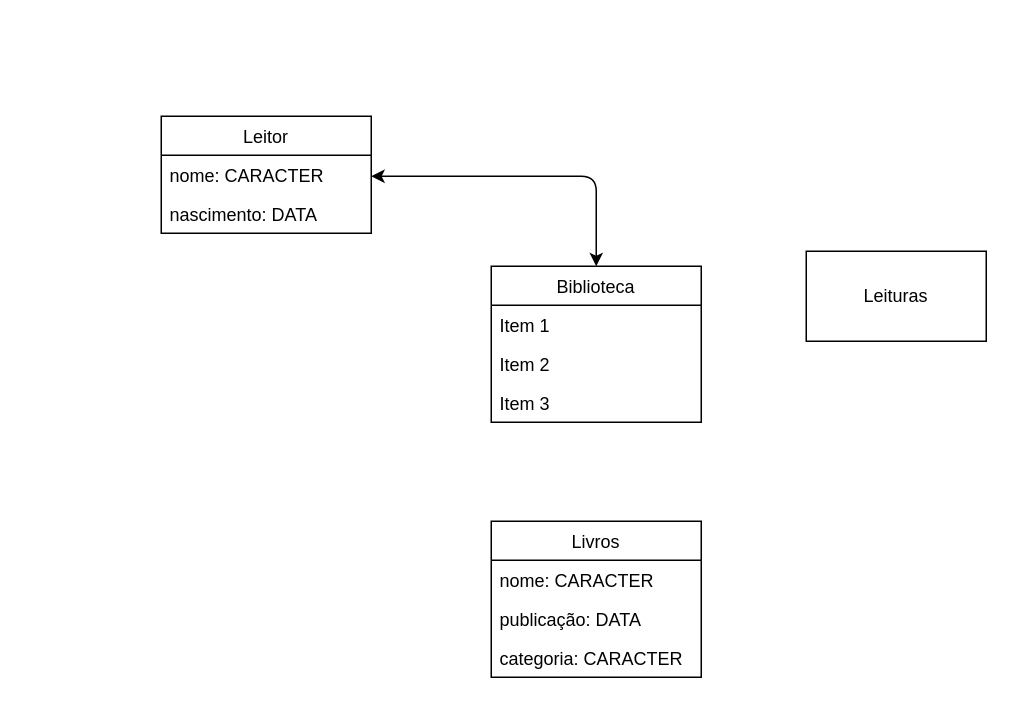
JhonyRS/sis-bd2-main keeps this draw.io diagram as Untitled Diagram.drawio. Above is the earlier version. Source tidied: cells renumbered, new cells numbered last; positions are measured from the earlier drawing's top-left corner, leaving out a move shared by most shapes. Both pictures are drawn from the tidied source at 150%, with x=0, y=0 at pixel (160, 116).
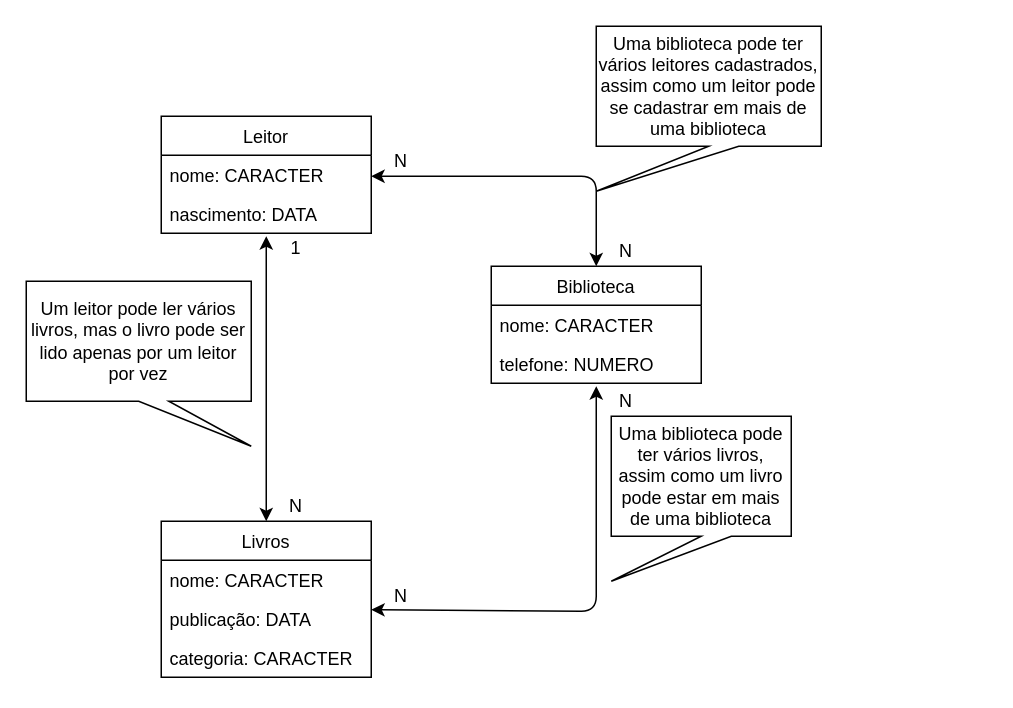
The same page after the edit.

The change refers to these unchanged cells:
```xml
<mxCell id="13" value="publicação: DATA" style="text;strokeColor=none;fillColor=none;align=left;verticalAlign=top;spacingLeft=4;spacingRight=4;overflow=hidden;points=[[0,0.5],[1,0.5]];portConstraint=eastwest;" parent="11" vertex="1">
  <mxGeometry y="52" width="140" height="26" as="geometry" />
</mxCell>
```

What changed in the source:
```diff
@@
-    <mxCell id="2" value="Leituras" style="rounded=0;whiteSpace=wrap;html=1;" parent="1" vertex="1">
-      <mxGeometry x="430" y="90" width="120" height="60" as="geometry" />
-    </mxCell>
@@
     <mxCell id="7" value="Biblioteca" style="swimlane;fontStyle=0;horizontal=1;startSize=26;" parent="1" vertex="1">
-      <mxGeometry x="220" y="100" width="140" height="104" as="geometry" />
+      <mxGeometry x="220" y="100" width="140" height="78" as="geometry" />
     </mxCell>
-    <mxCell id="8" value="Item 1" style="text;strokeColor=none;fillColor=none;align=left;verticalAlign=top;spacingLeft=4;spacingRight=4;overflow=hidden;" parent="7" vertex="1">
+    <mxCell id="8" value="nome: CARACTER" style="text;strokeColor=none;fillColor=none;align=left;verticalAlign=top;spacingLeft=4;spacingRight=4;overflow=hidden;" parent="7" vertex="1">
       <mxGeometry y="26" width="140" height="26" as="geometry" />
     </mxCell>
-    <mxCell id="9" value="Item 2" style="text;strokeColor=none;fillColor=none;align=left;verticalAlign=top;spacingLeft=4;spacingRight=4;overflow=hidden;" parent="7" vertex="1">
+    <mxCell id="9" value="telefone: NUMERO" style="text;strokeColor=none;fillColor=none;align=left;verticalAlign=top;spacingLeft=4;spacingRight=4;overflow=hidden;" parent="7" vertex="1">
       <mxGeometry y="52" width="140" height="26" as="geometry" />
     </mxCell>
-    <mxCell id="10" value="Item 3" style="text;strokeColor=none;fillColor=none;align=left;verticalAlign=top;spacingLeft=4;spacingRight=4;overflow=hidden;" parent="7" vertex="1">
-      <mxGeometry y="78" width="140" height="26" as="geometry" />
-    </mxCell>
     <mxCell id="11" value="Livros" style="swimlane;fontStyle=0;horizontal=1;startSize=26;" parent="1" vertex="1">
-      <mxGeometry x="220" y="270" width="140" height="104" as="geometry" />
+      <mxGeometry y="270" width="140" height="104" as="geometry" />
     </mxCell>
@@
+    <mxCell id="15" style="endArrow=classic;startArrow=classic;html=1;entryX=1;entryY=0.269;entryDx=0;entryDy=0;entryPerimeter=0;" parent="1" edge="1" target="13">
+      <mxGeometry relative="1" as="geometry">
+        <mxPoint x="290" y="180" as="sourcePoint" />
+        <Array as="points">
+          <mxPoint x="290" y="204" />
+          <mxPoint x="290" y="330" />
+        </Array>
+      </mxGeometry>
+    </mxCell>
+    <mxCell id="16" value="N" style="text;html=1;strokeColor=none;fillColor=none;align=center;verticalAlign=middle;whiteSpace=wrap;rounded=0;" parent="1" vertex="1">
+      <mxGeometry x="140" y="20" width="40" height="20" as="geometry" />
+    </mxCell>
+    <mxCell id="17" value="N" style="text;html=1;strokeColor=none;fillColor=none;align=center;verticalAlign=middle;whiteSpace=wrap;rounded=0;" parent="1" vertex="1">
+      <mxGeometry x="290" y="80" width="40" height="20" as="geometry" />
+    </mxCell>
+    <mxCell id="18" value="N" style="text;html=1;strokeColor=none;fillColor=none;align=center;verticalAlign=middle;whiteSpace=wrap;rounded=0;" parent="1" vertex="1">
+      <mxGeometry x="290" y="180" width="40" height="20" as="geometry" />
+    </mxCell>
+    <mxCell id="19" value="N" style="text;html=1;strokeColor=none;fillColor=none;align=center;verticalAlign=middle;whiteSpace=wrap;rounded=0;" parent="1" vertex="1">
+      <mxGeometry x="140" y="310" width="40" height="20" as="geometry" />
+    </mxCell>
+    <mxCell id="20" style="endArrow=classic;startArrow=classic;html=1;entryX=0.5;entryY=0;entryDx=0;entryDy=0;" parent="1" edge="1" target="11">
+      <mxGeometry relative="1" as="geometry">
+        <mxPoint x="70" y="80" as="sourcePoint" />
+        <Array as="points">
+          <mxPoint x="70" y="170" />
+        </Array>
+      </mxGeometry>
+    </mxCell>
+    <mxCell id="21" value="1" style="text;html=1;strokeColor=none;fillColor=none;align=center;verticalAlign=middle;whiteSpace=wrap;rounded=0;" parent="1" vertex="1">
+      <mxGeometry x="70" y="78" width="40" height="20" as="geometry" />
+    </mxCell>
+    <mxCell id="22" value="N" style="text;html=1;strokeColor=none;fillColor=none;align=center;verticalAlign=middle;whiteSpace=wrap;rounded=0;" parent="1" vertex="1">
+      <mxGeometry x="70" y="250" width="40" height="20" as="geometry" />
+    </mxCell>
+    <mxCell id="23" value="Uma biblioteca pode ter vários livros, assim como um livro pode estar em mais de uma biblioteca" style="shape=callout;whiteSpace=wrap;html=1;perimeter=calloutPerimeter;position2=0;" parent="1" vertex="1">
+      <mxGeometry x="300" y="200" width="120" height="110" as="geometry" />
+    </mxCell>
+    <mxCell id="24" value="Um leitor pode ler vários livros, mas o livro pode ser lido apenas por um leitor por vez" style="shape=callout;whiteSpace=wrap;html=1;perimeter=calloutPerimeter;position2=1;" parent="1" vertex="1">
+      <mxGeometry x="-90" y="110" width="150" height="110" as="geometry" />
+    </mxCell>
+    <mxCell id="25" value="Uma biblioteca pode ter vários leitores cadastrados, assim como um leitor pode se cadastrar em mais de uma biblioteca" style="shape=callout;whiteSpace=wrap;html=1;perimeter=calloutPerimeter;position2=0;" parent="1" vertex="1">
+      <mxGeometry x="290" y="-60" width="150" height="110" as="geometry" />
+    </mxCell>
```
